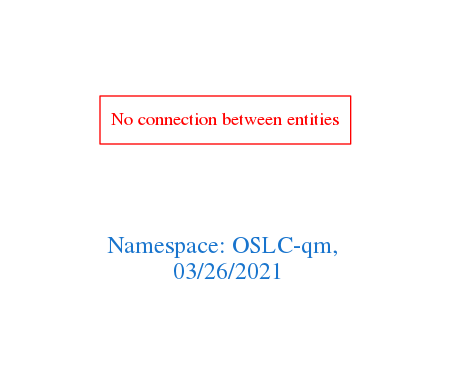
This is downloads/OSLC-qm.png from arago/OGIT, a Graphviz export, as it was before one commit. Its source is kept beside it as downloads/OSLC-qm.dot.
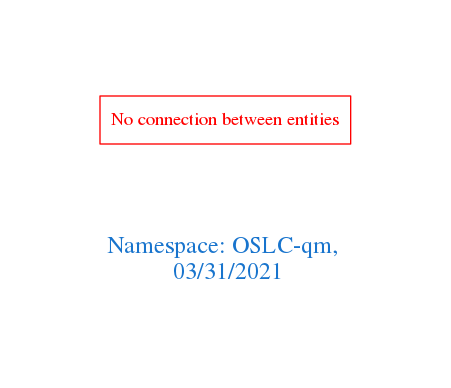
The same diagram one commit later.

The edit, as a diff of the source:
```diff
@@ -1,7 +1,7 @@
 digraph OGIT_ontology {
  graph [ rankdir= LR,pad=1
 fontsize = 18,
-fontcolor= dodgerblue3,label = "\n\n\nNamespace: OSLC-qm, \n 03/26/2021"];
+fontcolor= dodgerblue3,label = "\n\n\nNamespace: OSLC-qm, \n 03/31/2021"];
 node[shape=polygon];
 edge [  color="gray81"];
 
```
